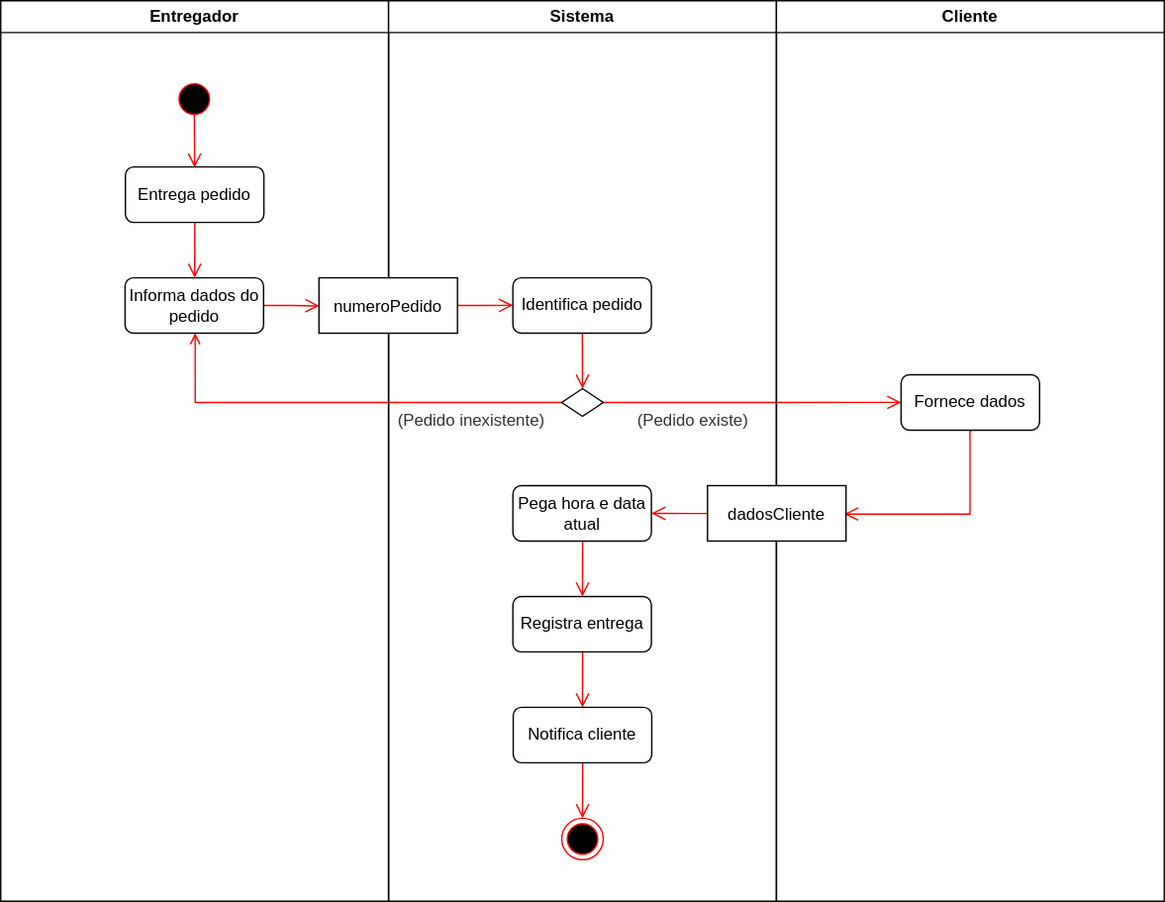
Earlier version of the draw.io export images/modelo-detalhado-parte2.drawio.svg (alexanderaugusto/logistica-service). Source tidied: cells renumbered, new cells last; positions are measured from the earlier drawing's top-left corner, leaving out a move shared by most shapes.
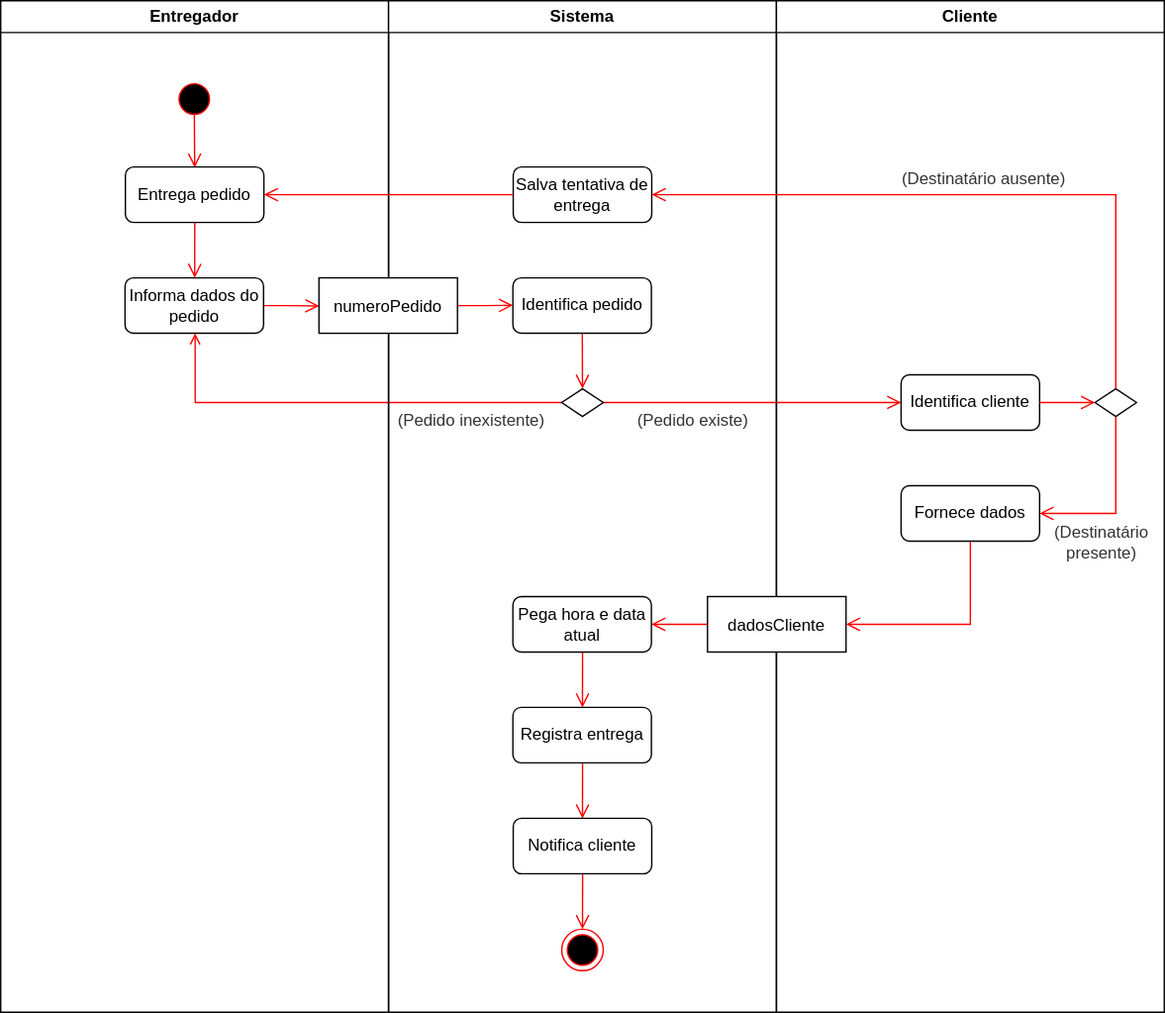
The same diagram one commit later.

The edit, as a diff of the source:
```diff
@@ -16,12 +16,12 @@
       <mxGeometry relative="1" as="geometry" />
     </mxCell>
     <mxCell id="4" style="edgeStyle=elbowEdgeStyle;elbow=horizontal;verticalAlign=bottom;endArrow=open;endSize=8;strokeColor=#FF0000;endFill=1;rounded=0;entryX=1;entryY=0.5;entryDx=0;entryDy=0;entryPerimeter=0;exitX=0.001;exitY=0.502;exitDx=0;exitDy=0;exitPerimeter=0;" parent="1" edge="1" source="30" target="20">
-      <mxGeometry x="-1464" y="-9.2" as="geometry">
+      <mxGeometry x="-1464" y="70.8" as="geometry">
         <Array as="points">
-          <mxPoint x="499.8" y="362" />
-          <mxPoint x="474.8" y="565" />
-          <mxPoint x="604" y="637.5" />
-          <mxPoint x="604" y="627.5" />
+          <mxPoint x="499.8" y="442" />
+          <mxPoint x="474.8" y="645" />
+          <mxPoint x="604" y="717.5" />
+          <mxPoint x="604" y="707.5" />
         </Array>
       </mxGeometry>
     </mxCell>
@@ -29,7 +29,7 @@
       <mxGeometry x="-325.2" y="233.4" as="geometry" />
     </mxCell>
     <mxCell id="6" value="Entregador" style="swimlane;whiteSpace=wrap;startSize=23;" parent="1" vertex="1">
-      <mxGeometry width="280" height="650" as="geometry" />
+      <mxGeometry width="280" height="730" as="geometry" />
     </mxCell>
     <mxCell id="7" style="edgeStyle=elbowEdgeStyle;elbow=horizontal;verticalAlign=bottom;endArrow=open;endSize=8;strokeColor=#FF0000;endFill=1;rounded=0;entryX=0.497;entryY=0.011;entryDx=0;entryDy=0;entryPerimeter=0;exitX=0.501;exitY=0.869;exitDx=0;exitDy=0;exitPerimeter=0;" parent="6" edge="1" source="9" target="11">
       <mxGeometry x="-495.1" y="-100.9" as="geometry" />
@@ -47,30 +47,30 @@
       <mxGeometry x="90" y="120" width="100" height="40" as="geometry" />
     </mxCell>
     <mxCell id="12" value="Sistema" style="swimlane;whiteSpace=wrap;" parent="1" vertex="1">
-      <mxGeometry x="280" width="280" height="650" as="geometry" />
+      <mxGeometry x="280" width="280" height="730" as="geometry" />
     </mxCell>
     <mxCell id="13" style="edgeStyle=elbowEdgeStyle;elbow=horizontal;verticalAlign=bottom;endArrow=open;endSize=8;strokeColor=#FF0000;endFill=1;rounded=0;exitX=0.503;exitY=1;exitDx=0;exitDy=0;exitPerimeter=0;entryX=0.503;entryY=0;entryDx=0;entryDy=0;entryPerimeter=0;" parent="12" edge="1" source="20" target="26">
-      <mxGeometry x="-3079.1" y="-407.2" as="geometry">
+      <mxGeometry x="-3079.1" y="-327.2" as="geometry">
         <Array as="points">
-          <mxPoint x="140" y="410" />
-          <mxPoint x="200" y="429.9" />
-          <mxPoint x="254.7" y="594.9" />
-          <mxPoint x="264.7" y="514.9" />
-          <mxPoint x="344.7" y="504.9" />
-          <mxPoint x="473.9" y="577.4" />
-          <mxPoint x="473.9" y="567.4" />
+          <mxPoint x="140" y="490" />
+          <mxPoint x="200" y="509.9" />
+          <mxPoint x="254.7" y="674.9" />
+          <mxPoint x="264.7" y="594.9" />
+          <mxPoint x="344.7" y="584.9" />
+          <mxPoint x="473.9" y="657.4" />
+          <mxPoint x="473.9" y="647.4" />
         </Array>
       </mxGeometry>
     </mxCell>
     <mxCell id="14" style="edgeStyle=elbowEdgeStyle;elbow=horizontal;verticalAlign=bottom;endArrow=open;endSize=8;strokeColor=#FF0000;endFill=1;rounded=0;entryX=0.507;entryY=0.003;entryDx=0;entryDy=0;entryPerimeter=0;exitX=0.503;exitY=1.003;exitDx=0;exitDy=0;exitPerimeter=0;" parent="12" edge="1" source="26" target="18">
-      <mxGeometry x="-2699.1" y="-277.1" as="geometry">
+      <mxGeometry x="-2699.1" y="-197.1" as="geometry">
         <Array as="points">
-          <mxPoint x="140" y="490" />
-          <mxPoint x="194.7" y="655" />
-          <mxPoint x="204.7" y="575" />
-          <mxPoint x="284.7" y="565" />
-          <mxPoint x="413.9" y="637.5" />
-          <mxPoint x="413.9" y="627.5" />
+          <mxPoint x="140" y="570" />
+          <mxPoint x="194.7" y="735" />
+          <mxPoint x="204.7" y="655" />
+          <mxPoint x="284.7" y="645" />
+          <mxPoint x="413.9" y="717.5" />
+          <mxPoint x="413.9" y="707.5" />
         </Array>
       </mxGeometry>
     </mxCell>
@@ -82,14 +82,14 @@
       </mxGeometry>
     </mxCell>
     <mxCell id="16" style="edgeStyle=elbowEdgeStyle;elbow=horizontal;verticalAlign=bottom;endArrow=open;endSize=8;strokeColor=#FF0000;endFill=1;rounded=0;entryX=0.5;entryY=0;entryDx=0;entryDy=0;exitX=0.501;exitY=0.974;exitDx=0;exitDy=0;exitPerimeter=0;" parent="12" edge="1" source="18" target="19">
-      <mxGeometry x="-2338.8" y="-117.2" as="geometry">
+      <mxGeometry x="-2338.8" y="-37.2" as="geometry">
         <Array as="points">
-          <mxPoint x="140" y="572" />
-          <mxPoint x="115" y="745" />
-          <mxPoint x="125" y="665" />
-          <mxPoint x="205" y="655" />
-          <mxPoint x="334.2" y="727.5" />
-          <mxPoint x="334.2" y="717.5" />
+          <mxPoint x="140" y="652" />
+          <mxPoint x="115" y="825" />
+          <mxPoint x="125" y="745" />
+          <mxPoint x="205" y="735" />
+          <mxPoint x="334.2" y="807.5" />
+          <mxPoint x="334.2" y="797.5" />
         </Array>
       </mxGeometry>
     </mxCell>
@@ -99,13 +99,13 @@
       </mxGeometry>
     </mxCell>
     <mxCell id="18" value="Notifica cliente" style="rounded=1;whiteSpace=wrap;html=1;" parent="12" vertex="1">
-      <mxGeometry x="90" y="510" width="100" height="40" as="geometry" />
+      <mxGeometry x="90" y="590" width="100" height="40" as="geometry" />
     </mxCell>
     <mxCell id="19" style="ellipse;shape=endState;fillColor=#000000;strokeColor=#ff0000;" parent="12" vertex="1">
-      <mxGeometry x="125" y="590" width="30" height="30" as="geometry" />
+      <mxGeometry x="125" y="670" width="30" height="30" as="geometry" />
     </mxCell>
     <mxCell id="20" value="Pega hora e data atual" style="rounded=1;whiteSpace=wrap;html=1;" parent="12" vertex="1">
-      <mxGeometry x="89.8" y="350" width="100" height="40" as="geometry" />
+      <mxGeometry x="89.8" y="430" width="100" height="40" as="geometry" />
     </mxCell>
     <mxCell id="21" value="Identifica pedido" style="rounded=1;whiteSpace=wrap;html=1;" parent="12" vertex="1">
       <mxGeometry x="89.8" y="200" width="100" height="40" as="geometry" />
@@ -123,27 +123,58 @@
       <mxGeometry x="170" y="288" width="100" height="30" as="geometry" />
     </mxCell>
     <mxCell id="26" value="Registra entrega" style="rounded=1;whiteSpace=wrap;html=1;" parent="12" vertex="1">
-      <mxGeometry x="89.8" y="430" width="100" height="40" as="geometry" />
+      <mxGeometry x="89.8" y="510" width="100" height="40" as="geometry" />
     </mxCell>
+    <mxCell id="31" value="Salva tentativa de entrega" style="rounded=1;whiteSpace=wrap;html=1;" parent="12" vertex="1">
+      <mxGeometry x="90" y="120" width="100" height="40" as="geometry" />
+    </mxCell>
     <mxCell id="27" value="Cliente" style="swimlane;whiteSpace=wrap;" parent="1" vertex="1">
-      <mxGeometry x="560" width="280" height="650" as="geometry" />
+      <mxGeometry x="560" width="280" height="730" as="geometry" />
     </mxCell>
-    <mxCell id="28" style="edgeStyle=elbowEdgeStyle;elbow=horizontal;verticalAlign=bottom;endArrow=open;endSize=8;strokeColor=#FF0000;endFill=1;rounded=0;entryX=0.987;entryY=0.513;entryDx=0;entryDy=0;entryPerimeter=0;exitX=0.509;exitY=1.012;exitDx=0;exitDy=0;exitPerimeter=0;" parent="27" edge="1" source="29" target="30">
-      <mxGeometry x="-2019.3" y="-150.6" as="geometry">
-        <Array as="points">
-          <mxPoint x="139.8" y="289.8" />
-          <mxPoint x="140.8" y="271.8" />
-          <mxPoint x="79.4" y="493.5" />
-          <mxPoint x="208.6" y="566" />
-          <mxPoint x="208.6" y="556" />
-        </Array>
-      </mxGeometry>
-    </mxCell>
-    <mxCell id="29" value="Fornece dados" style="rounded=1;whiteSpace=wrap;html=1;" parent="27" vertex="1">
+    <mxCell id="29" value="Identifica cliente" style="rounded=1;whiteSpace=wrap;html=1;" parent="27" vertex="1">
       <mxGeometry x="90" y="270" width="100" height="40" as="geometry" />
     </mxCell>
     <mxCell id="30" value="dadosCliente" parent="27" vertex="1">
-      <mxGeometry x="-49.8" y="350" width="100" height="40" as="geometry" />
+      <mxGeometry x="-49.8" y="430" width="100" height="40" as="geometry" />
     </mxCell>
+    <mxCell id="32" style="edgeStyle=elbowEdgeStyle;elbow=horizontal;verticalAlign=bottom;endArrow=open;endSize=8;strokeColor=#FF0000;endFill=1;rounded=0;exitX=0.5;exitY=1;exitDx=0;exitDy=0;entryX=1;entryY=0.5;entryDx=0;entryDy=0;" parent="27" edge="1" source="36" target="37">
+      <mxGeometry x="-935.2" y="121.9" as="geometry">
+        <Array as="points">
+          <mxPoint x="245" y="340" />
+        </Array>
+      </mxGeometry>
+    </mxCell>
+    <mxCell id="33" style="edgeStyle=elbowEdgeStyle;elbow=horizontal;verticalAlign=bottom;endArrow=open;endSize=8;strokeColor=#FF0000;endFill=1;rounded=0;exitX=0.5;exitY=1;exitDx=0;exitDy=0;entryX=1;entryY=0.5;entryDx=0;entryDy=0;" parent="27" edge="1" source="37" target="30">
+      <mxGeometry x="-1655.2" y="141.9" as="geometry">
+        <Array as="points">
+          <mxPoint x="140" y="450" />
+        </Array>
+      </mxGeometry>
+    </mxCell>
+    <mxCell id="34" value="(Destinatário ausente)" style="text;html=1;strokeColor=none;fillColor=none;align=center;verticalAlign=middle;whiteSpace=wrap;rounded=0;fontColor=#333333;fontSize=12;" parent="27" vertex="1">
+      <mxGeometry x="80" y="114" width="140" height="30" as="geometry" />
+    </mxCell>
+    <mxCell id="35" style="edgeStyle=elbowEdgeStyle;elbow=horizontal;verticalAlign=bottom;endArrow=open;endSize=8;strokeColor=#FF0000;endFill=1;rounded=0;exitX=1;exitY=0.5;exitDx=0;exitDy=0;entryX=0;entryY=0.5;entryDx=0;entryDy=0;" parent="27" edge="1" source="29" target="36">
+      <mxGeometry x="-1575.2" y="51.9" as="geometry" />
+    </mxCell>
+    <mxCell id="36" style="rhombus;whiteSpace=wrap;html=1;" parent="27" vertex="1">
+      <mxGeometry x="230" y="280" width="30" height="20" as="geometry" />
+    </mxCell>
+    <mxCell id="37" value="Fornece dados" style="rounded=1;whiteSpace=wrap;html=1;" parent="27" vertex="1">
+      <mxGeometry x="90" y="350" width="100" height="40" as="geometry" />
+    </mxCell>
+    <mxCell id="38" value="(Destinatário presente)" style="text;html=1;strokeColor=none;fillColor=none;align=center;verticalAlign=middle;whiteSpace=wrap;rounded=0;fontColor=#333333;fontSize=12;" parent="27" vertex="1">
+      <mxGeometry x="190" y="376" width="90" height="30" as="geometry" />
+    </mxCell>
+    <mxCell id="39" style="edgeStyle=elbowEdgeStyle;elbow=horizontal;verticalAlign=bottom;endArrow=open;endSize=8;strokeColor=#FF0000;endFill=1;rounded=0;entryX=1;entryY=0.5;entryDx=0;entryDy=0;exitX=0;exitY=0.5;exitDx=0;exitDy=0;" parent="1" edge="1" source="31" target="11">
+      <mxGeometry x="-314.8" y="-63" as="geometry" />
+    </mxCell>
+    <mxCell id="40" style="edgeStyle=elbowEdgeStyle;elbow=horizontal;verticalAlign=bottom;endArrow=open;endSize=8;strokeColor=#FF0000;endFill=1;rounded=0;exitX=0.5;exitY=0;exitDx=0;exitDy=0;entryX=1;entryY=0.5;entryDx=0;entryDy=0;" parent="1" edge="1" source="36" target="31">
+      <mxGeometry x="-855.2" y="41.9" as="geometry">
+        <Array as="points">
+          <mxPoint x="805" y="170" />
+        </Array>
+      </mxGeometry>
+    </mxCell>
   </root>
 </mxGraphModel>
```
